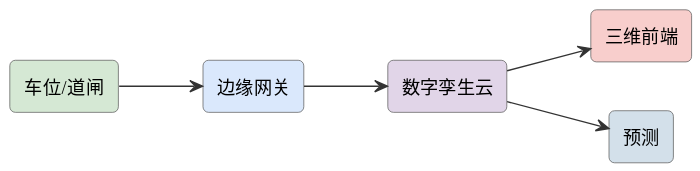
Before: assets/diagrams/ideas-fig62.svg, a diagram exported from PlantUML (mingyi0818/IntelligentMcuCourse).
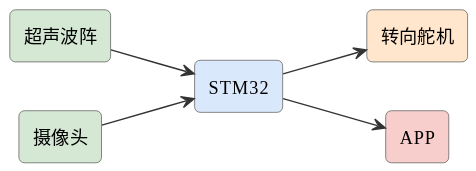
After the change.

Change to the diagram source:
```diff
@@ -6,13 +6,13 @@
 skinparam arrowFontSize 11
 skinparam arrowColor #333
 left to right direction
-rectangle "车位/道闸" as s #d5e8d4
-rectangle "边缘网关" as edge #dae8fc
-rectangle "数字孪生云" as cloud #e1d5e8
-rectangle "三维前端" as tw #f8cecc
-rectangle "预测" as plan #d3e0ea
-s --> edge
-edge --> cloud
-cloud --> tw
-cloud --> plan
+rectangle "超声波阵" as ult #d5e8d4
+rectangle "摄像头" as cam #d5e8d4
+rectangle "STM32" as stm #dae8fc
+rectangle "转向舵机" as steer #ffe6cc
+rectangle "APP" as app #f8cecc
+ult --> stm
+cam --> stm
+stm --> steer
+stm --> app
 @enduml
```
